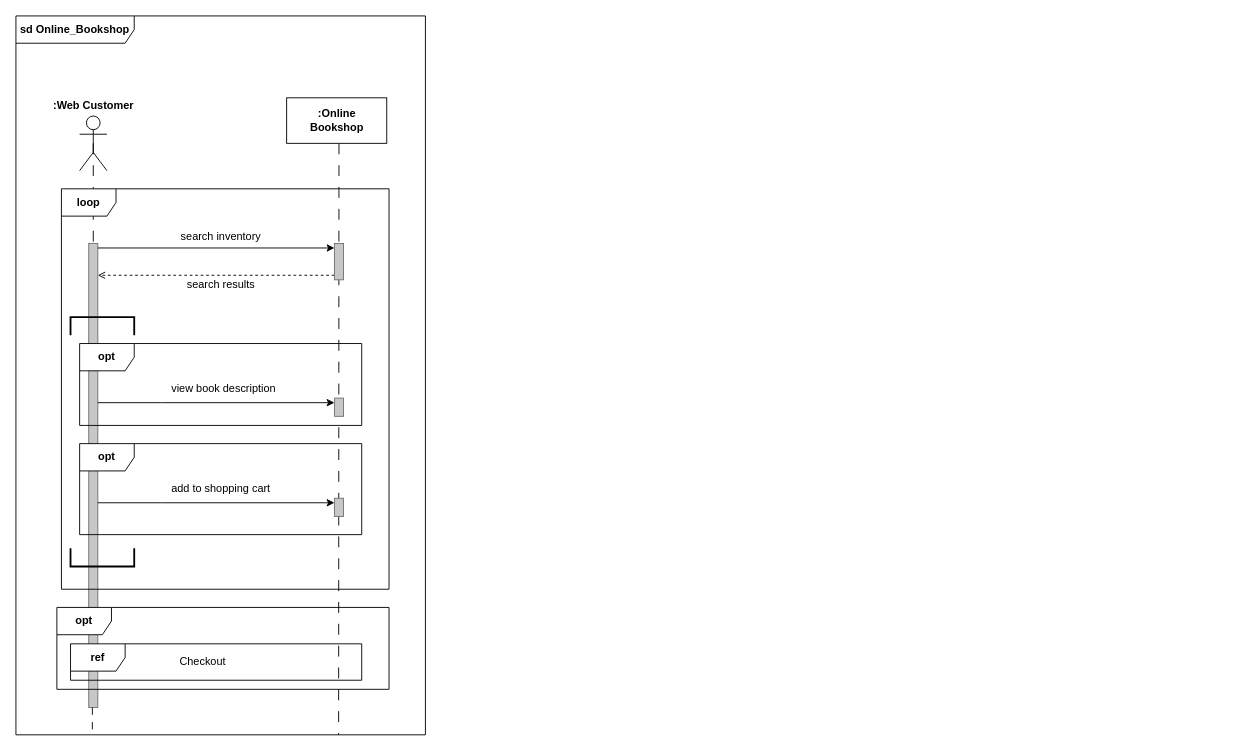
Before: Sequence Diagram.drawio in TrgPhan/OOAD-IAI-2025-by-Phan-Quang-Truong-K68AAI1, a draw.io diagram. Source tidied: cells renumbered, new cells numbered last; positions are measured from the earlier drawing's top-left corner, leaving out a move shared by most shapes. Both pictures are drawn from the tidied source at 91%, with x=0, y=0 at pixel (15, 15).
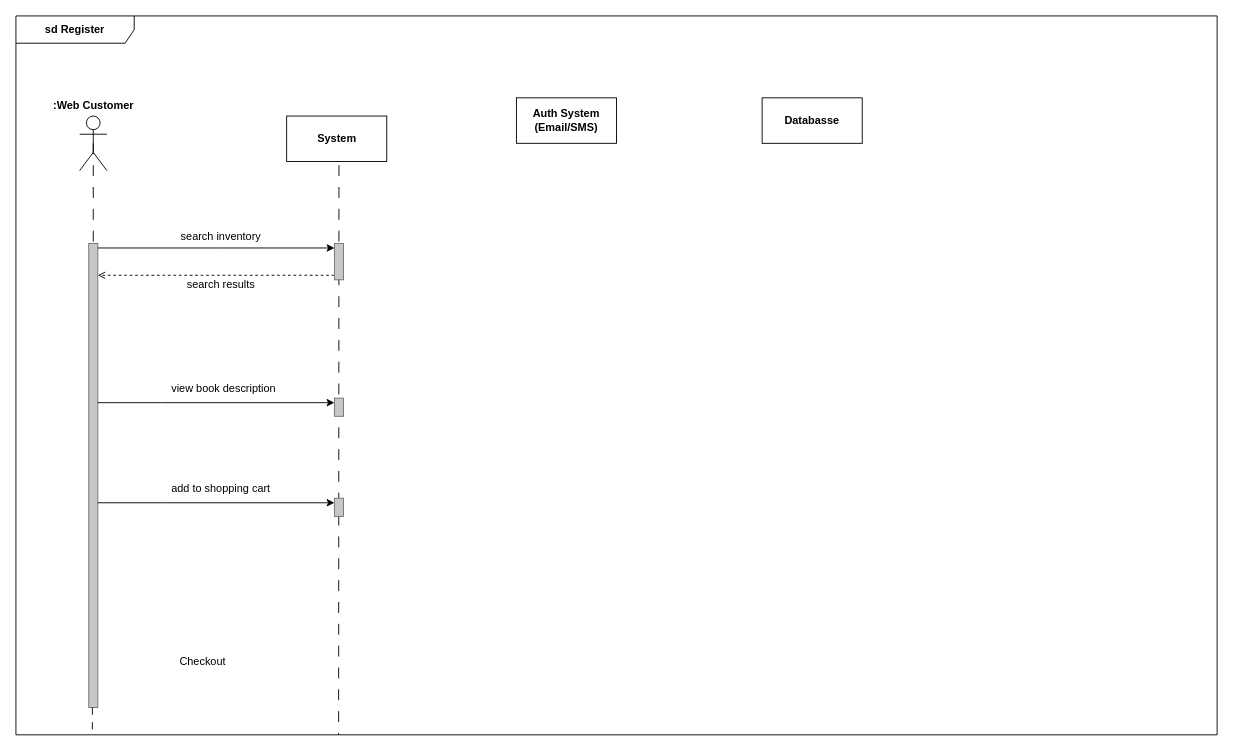
Above is the later version.

Diff of the diagram source:
```diff
@@
-    <mxCell id="3" value="sd Online_Bookshop" style="shape=umlFrame;whiteSpace=wrap;html=1;width=130;height=30;fontStyle=1;" parent="1" vertex="1">
-      <mxGeometry width="450" height="790" as="geometry" />
+    <mxCell id="3" value="sd Register" style="shape=umlFrame;whiteSpace=wrap;html=1;width=130;height=30;fontStyle=1;" parent="1" vertex="1">
+      <mxGeometry width="1320" height="790" as="geometry" />
     </mxCell>
@@
-    <mxCell id="7" value="loop" style="shape=umlFrame;whiteSpace=wrap;html=1;fontStyle=1;" parent="1" vertex="1">
-      <mxGeometry x="50" y="190" width="360" height="440" as="geometry" />
-    </mxCell>
@@
-    <mxCell id="9" value="opt" style="shape=umlFrame;whiteSpace=wrap;html=1;fontStyle=1;" parent="1" vertex="1">
-      <mxGeometry x="70" y="360" width="310" height="90" as="geometry" />
-    </mxCell>
-    <mxCell id="10" value="opt" style="shape=umlFrame;whiteSpace=wrap;html=1;fontStyle=1;" parent="1" vertex="1">
-      <mxGeometry x="70" y="470" width="310" height="100" as="geometry" />
-    </mxCell>
-    <mxCell id="11" value="opt" style="shape=umlFrame;whiteSpace=wrap;html=1;fontStyle=1;" parent="1" vertex="1">
-      <mxGeometry x="45" y="650" width="365" height="90" as="geometry" />
-    </mxCell>
@@
-    <mxCell id="13" value=":Online&lt;div&gt;Bookshop&lt;/div&gt;" style="html=1;whiteSpace=wrap;fontStyle=1;" parent="1" vertex="1">
-      <mxGeometry x="297.5" y="90" width="110" height="50" as="geometry" />
+    <mxCell id="13" value="System" style="html=1;whiteSpace=wrap;fontStyle=1;" parent="1" vertex="1">
+      <mxGeometry x="297.5" y="110" width="110" height="50" as="geometry" />
     </mxCell>
@@
-    <mxCell id="18" style="strokeWidth=2;html=1;shape=mxgraph.flowchart.annotation_1;align=left;rotation=90;" parent="1" vertex="1">
-      <mxGeometry x="85" y="306" width="20" height="70" as="geometry" />
-    </mxCell>
-    <mxCell id="19" style="strokeWidth=2;html=1;shape=mxgraph.flowchart.annotation_1;align=left;rotation=-90;" parent="1" vertex="1">
-      <mxGeometry x="85" y="560" width="20" height="70" as="geometry" />
-    </mxCell>
@@
-    <mxCell id="26" value="ref" style="shape=umlFrame;whiteSpace=wrap;html=1;fontStyle=1;" parent="1" vertex="1">
-      <mxGeometry x="60" y="690" width="320" height="40" as="geometry" />
-    </mxCell>
@@
+    <mxCell id="28" value="Auth System (Email/SMS)" style="html=1;whiteSpace=wrap;fontStyle=1;" parent="1" vertex="1">
+      <mxGeometry x="550" y="90" width="110" height="50" as="geometry" />
+    </mxCell>
+    <mxCell id="29" value="Databasse" style="html=1;whiteSpace=wrap;fontStyle=1;" parent="1" vertex="1">
+      <mxGeometry x="820" y="90" width="110" height="50" as="geometry" />
+    </mxCell>
```
